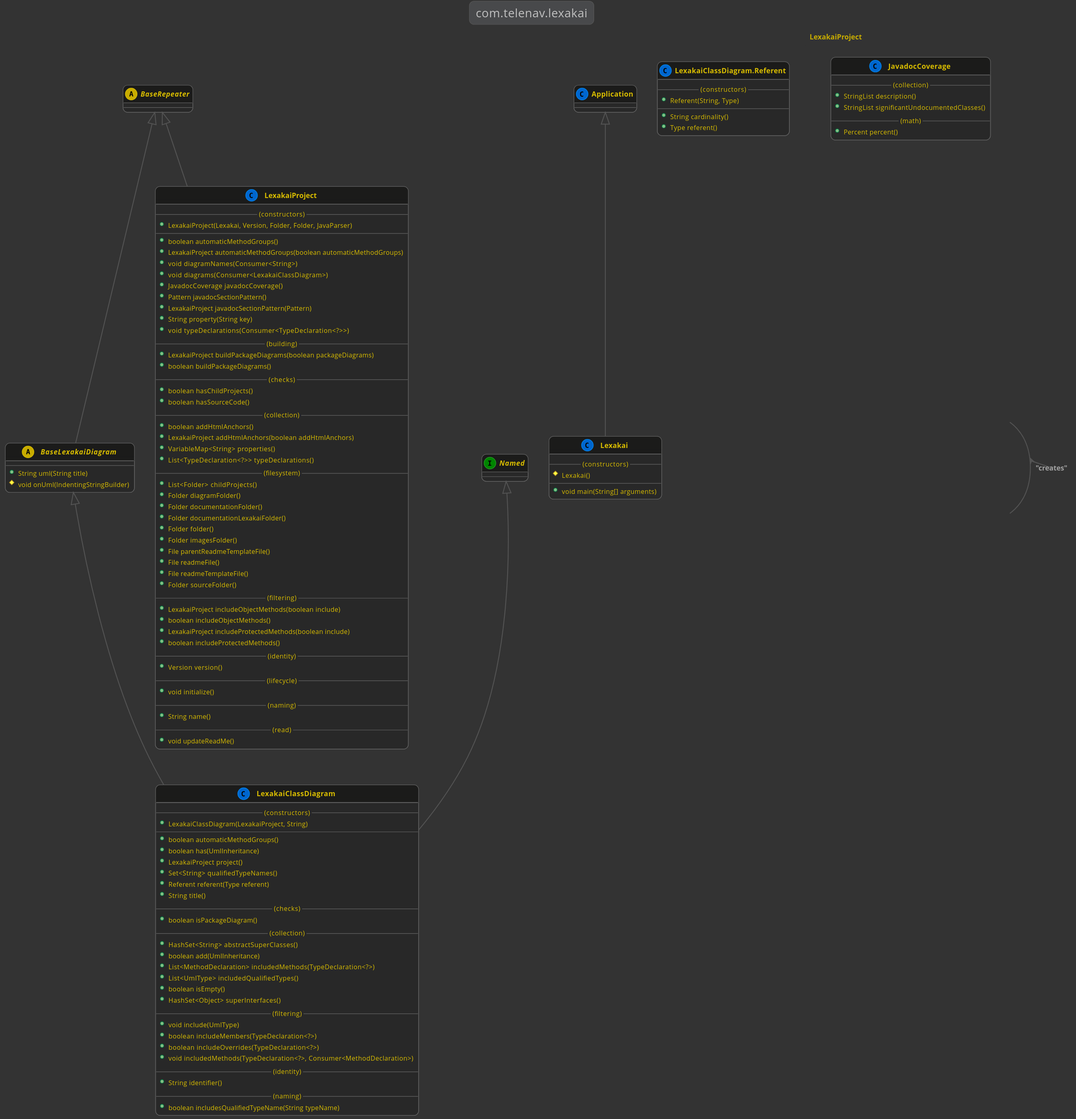
Telenav/lexakai keeps this PlantUML diagram as documentation/diagrams/com.telenav.lexakai.svg. Above is the earlier version.
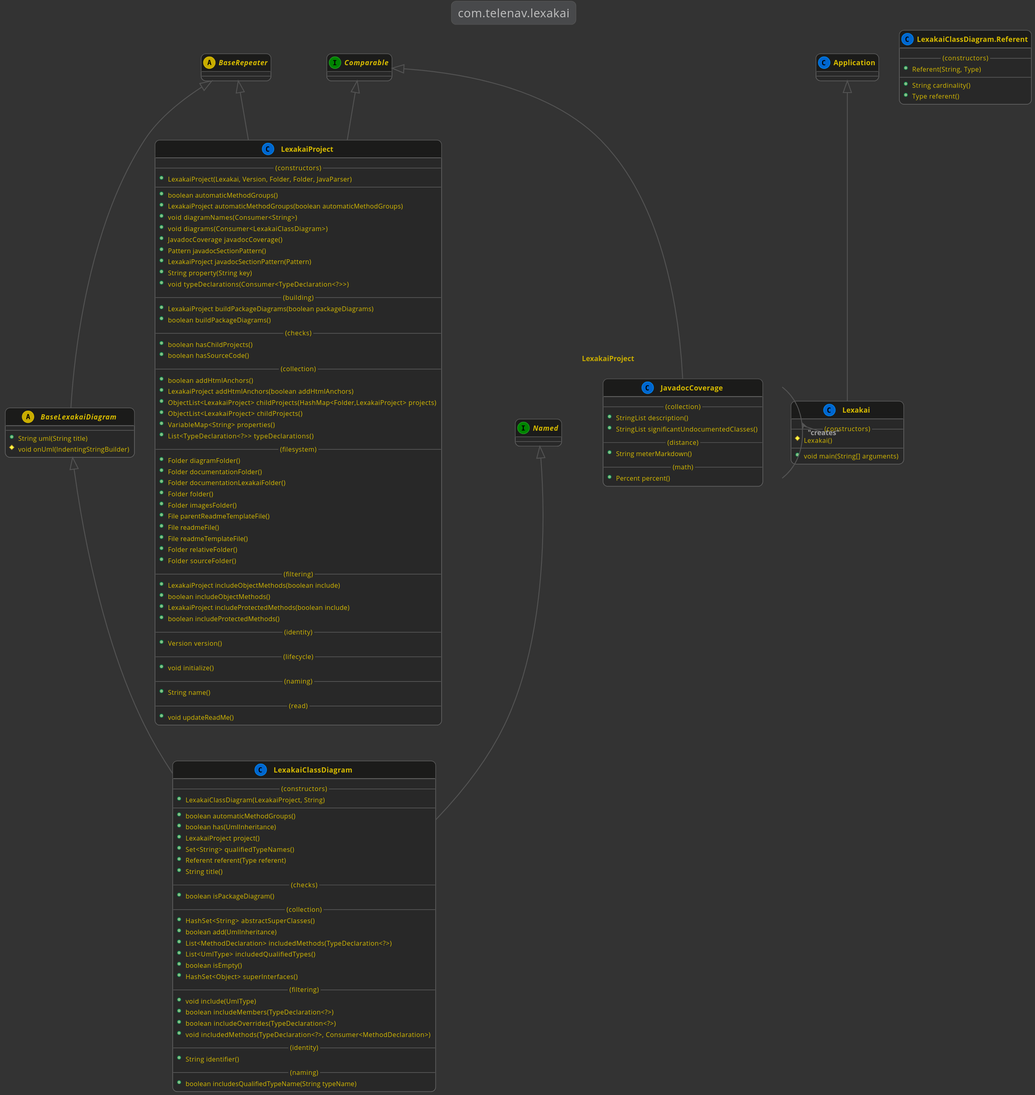
After the commit.

Change to the diagram source:
```diff
@@ -8,6 +8,7 @@
     abstract BaseLexakaiDiagram
 
     interface Named
+    interface Comparable
 
     BaseRepeater <|-- BaseLexakaiDiagram
     abstract class BaseLexakaiDiagram
@@ -17,11 +18,14 @@
         #void onUml(IndentingStringBuilder)
     }
 
+    Comparable <|-- LexakaiProject.JavadocCoverage
     class LexakaiProject.JavadocCoverage
     {
         --(collection)--
         +StringList description()
         +StringList significantUndocumentedClasses()
+        --(distance)--
+        +String meterMarkdown()
         --(math)--
         +Percent percent()
     }
@@ -69,6 +73,7 @@
     }
 
     BaseRepeater <|-- LexakaiProject
+    Comparable <|-- LexakaiProject
     LexakaiProject --> LexakaiProject : "creates"
     class LexakaiProject
     {
@@ -93,10 +98,11 @@
         --(collection)--
         +boolean addHtmlAnchors()
         +LexakaiProject addHtmlAnchors(boolean addHtmlAnchors)
+        +ObjectList<LexakaiProject> childProjects(HashMap<Folder,LexakaiProject> projects)
+        +ObjectList<LexakaiProject> childProjects()
         +VariableMap<String> properties()
         +List<TypeDeclaration<?>> typeDeclarations()
         --(filesystem)--
-        +List<Folder> childProjects()
         +Folder diagramFolder()
         +Folder documentationFolder()
         +Folder documentationLexakaiFolder()
@@ -105,6 +111,7 @@
         +File parentReadmeTemplateFile()
         +File readmeFile()
         +File readmeTemplateFile()
+        +Folder relativeFolder()
         +Folder sourceFolder()
         --(filtering)--
         +LexakaiProject includeObjectMethods(boolean include)
```
